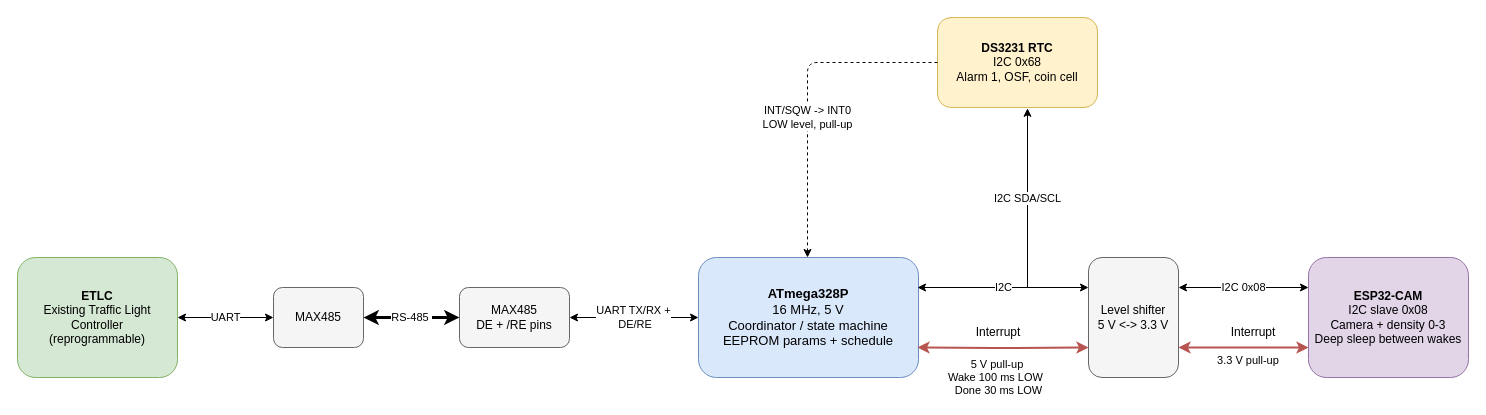
This is page "1 System block diagram" (1 of 13) of ATMEGA_firmware/docs/TLC_firmware_architecture_final.drawio from ChandupaDineshara/Vision_Based_Adaptive_Traffic_Light_Controller_System, a draw.io file, before an edit. Source tidied: cells renumbered, new cells numbered last; positions are measured from the earlier drawing's top-left corner, leaving out a move shared by most shapes. Both pictures are drawn from the tidied source at 100%, with x=0, y=0 at pixel (17, 17).
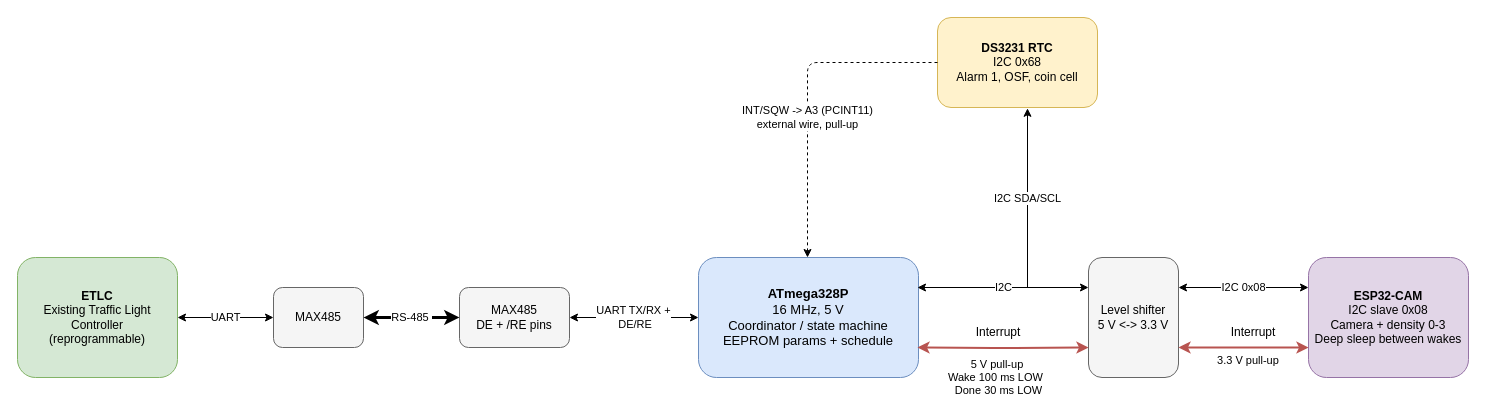
The same diagram, later.

Unchanged cells that the change refers to:
```xml
<mxCell id="3" value="&lt;b&gt;DS3231 RTC&lt;/b&gt;&lt;br&gt;I2C 0x68&lt;br&gt;Alarm 1, OSF, coin cell" style="rounded=1;whiteSpace=wrap;html=1;fillColor=#fff2cc;strokeColor=#d6b656;fontSize=12;" parent="1" vertex="1">
  <mxGeometry x="920" width="160" height="90" as="geometry" />
</mxCell>
```

Change to the diagram source:
```diff
@@
-    <mxCell id="10" value="INT/SQW -&gt; INT0&lt;br&gt;LOW level, pull-up" style="endArrow=classic;html=1;dashed=1;exitX=0;exitY=0.5;exitDx=0;exitDy=0;entryX=0.5;entryY=0;entryDx=0;entryDy=0;" parent="1" edge="1" source="3">
+    <mxCell id="10" value="INT/SQW -&gt; A3 (PCINT11)&lt;br&gt;external wire, pull-up" style="endArrow=classic;html=1;dashed=1;exitX=0;exitY=0.5;exitDx=0;exitDy=0;entryX=0.5;entryY=0;entryDx=0;entryDy=0;" parent="1" edge="1" source="3">
       <mxGeometry x="0.14" relative="1" as="geometry">
         <mxPoint x="790" y="240" as="targetPoint" />
         <Array as="points">
           <mxPoint x="790" y="45" />
         </Array>
       </mxGeometry>
     </mxCell>
```
